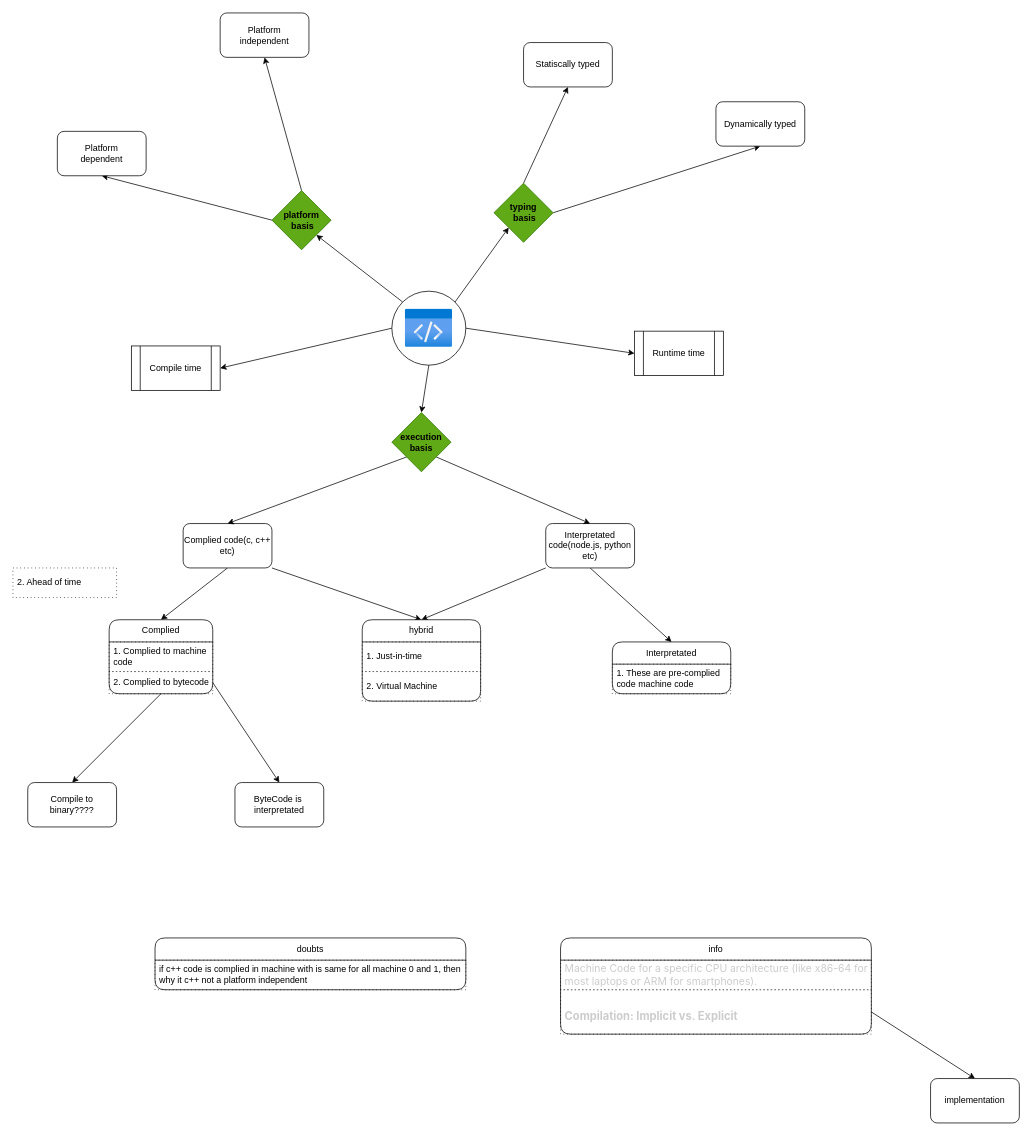
This is core/code-compilation/cc.dio from knkrn5/Programming-Concepts, a draw.io file, before an edit. Source tidied: cells renumbered, new cells numbered last; positions are measured from the earlier drawing's top-left corner, leaving out a move shared by most shapes. Both pictures are drawn from the tidied source at 74%, with x=0, y=0 at pixel (13, 13).
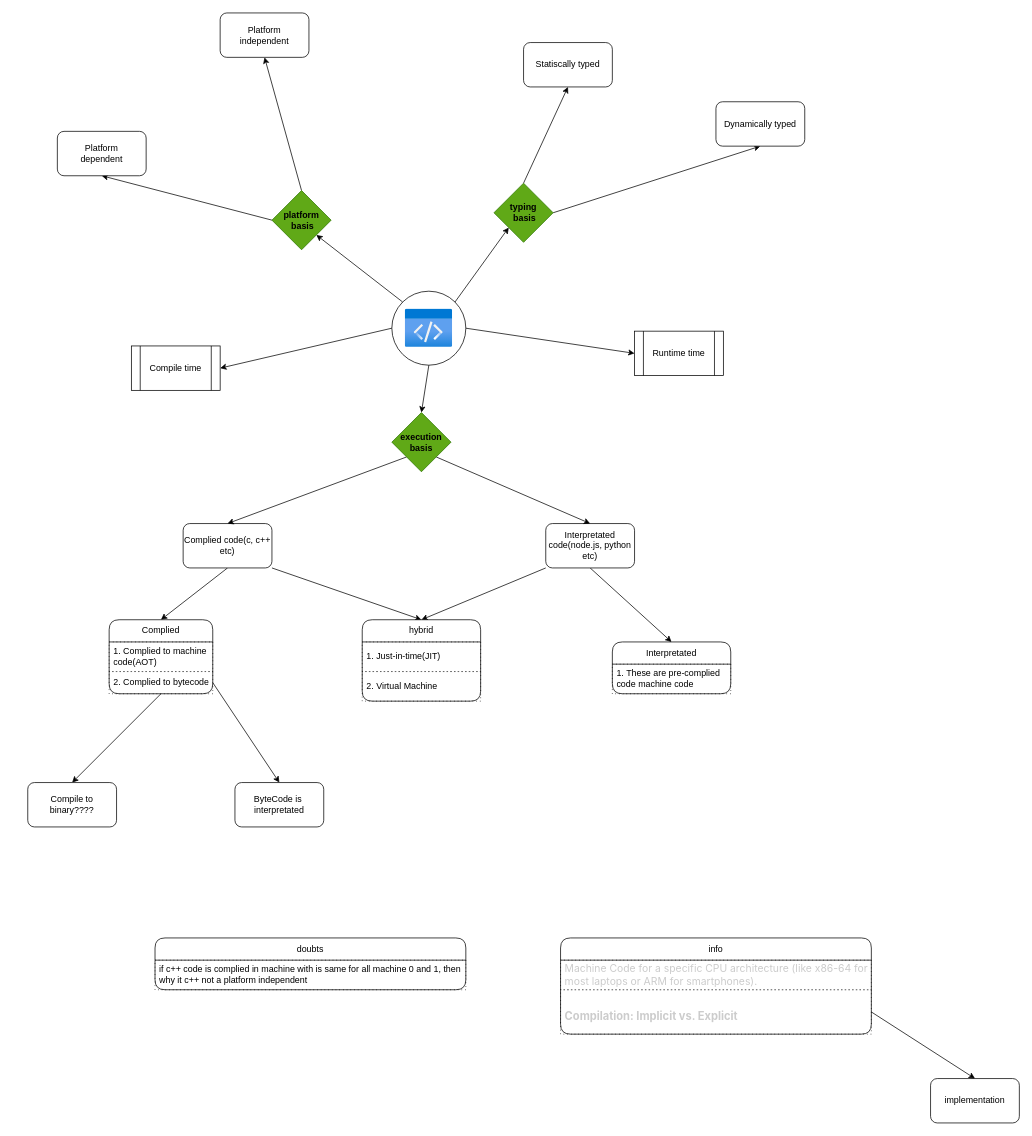
The same diagram, later.

Commit message (it also covers changes not shown here):
Add initial system design documentation and RISC-V SVG diagram

The change refers to these unchanged cells:
```xml
<mxCell id="14" value="Complied" style="swimlane;fontStyle=0;horizontal=1;startSize=30;whiteSpace=wrap;html=1;rounded=1;" parent="1" vertex="1">
  <mxGeometry x="130" y="820" width="140" height="100" as="geometry" />
</mxCell>
<mxCell id="19" value="hybrid" style="swimlane;fontStyle=0;horizontal=1;startSize=30;whiteSpace=wrap;html=1;rounded=1;" parent="1" vertex="1">
  <mxGeometry x="472" y="820" width="160" height="110" as="geometry" />
</mxCell>
```

The edit, as a diff of the source:
```diff
@@
-    <mxCell id="15" value="1. Complied to machine code" style="text;strokeColor=default;fillColor=none;align=left;verticalAlign=middle;spacingLeft=4;spacingRight=4;overflow=hidden;whiteSpace=wrap;html=1;dashed=1;dashPattern=1 4;" parent="14" vertex="1">
+    <mxCell id="15" value="1. Complied to machine code(AOT)" style="text;strokeColor=default;fillColor=none;align=left;verticalAlign=middle;spacingLeft=4;spacingRight=4;overflow=hidden;whiteSpace=wrap;html=1;dashed=1;dashPattern=1 4;" parent="14" vertex="1">
       <mxGeometry y="30" width="140" height="40" as="geometry" />
     </mxCell>
@@
-    <mxCell id="20" value="1. Just-in-time" style="text;strokeColor=default;fillColor=none;align=left;verticalAlign=middle;spacingLeft=4;spacingRight=4;overflow=hidden;whiteSpace=wrap;html=1;dashed=1;dashPattern=1 4;" parent="19" vertex="1">
+    <mxCell id="20" value="1. Just-in-time(JIT)" style="text;strokeColor=default;fillColor=none;align=left;verticalAlign=middle;spacingLeft=4;spacingRight=4;overflow=hidden;whiteSpace=wrap;html=1;dashed=1;dashPattern=1 4;" parent="19" vertex="1">
       <mxGeometry y="30" width="160" height="40" as="geometry" />
     </mxCell>
@@
-    <mxCell id="42" value="2. Ahead of time" style="text;strokeColor=default;fillColor=none;align=left;verticalAlign=middle;spacingLeft=4;spacingRight=4;overflow=hidden;whiteSpace=wrap;html=1;dashed=1;dashPattern=1 4;" parent="1" vertex="1">
-      <mxGeometry y="750" width="140" height="40" as="geometry" />
-    </mxCell>
```
